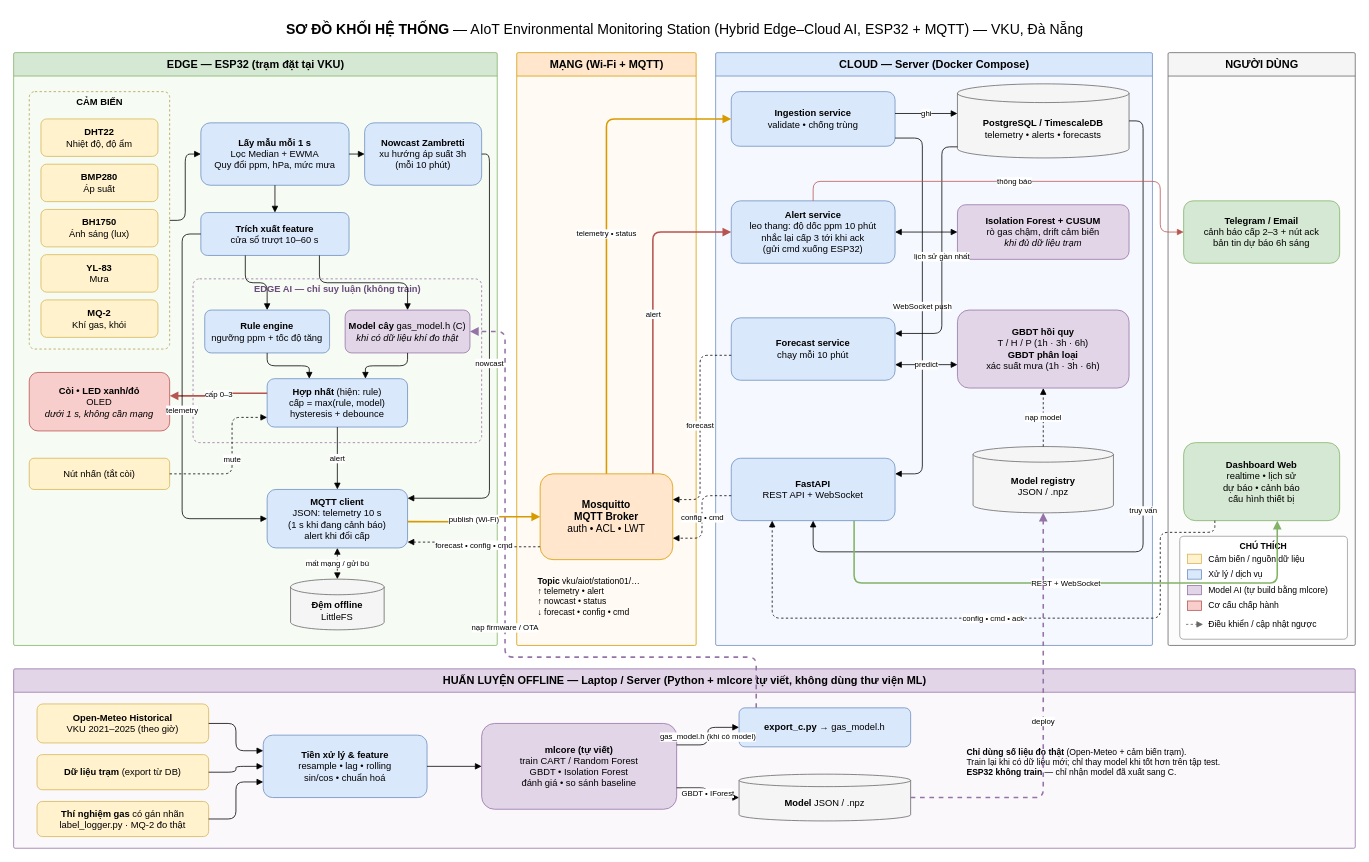
The draw.io diagram docs/architecture/system_block_diagram.drawio in danhle396/pythonnhung, before the edit. Source tidied: cells renumbered, new cells numbered last; positions are measured from the earlier drawing's top-left corner, leaving out a move shared by most shapes. Both pictures are drawn from the tidied source at 78%, with x=0, y=0 at pixel (13, 13).
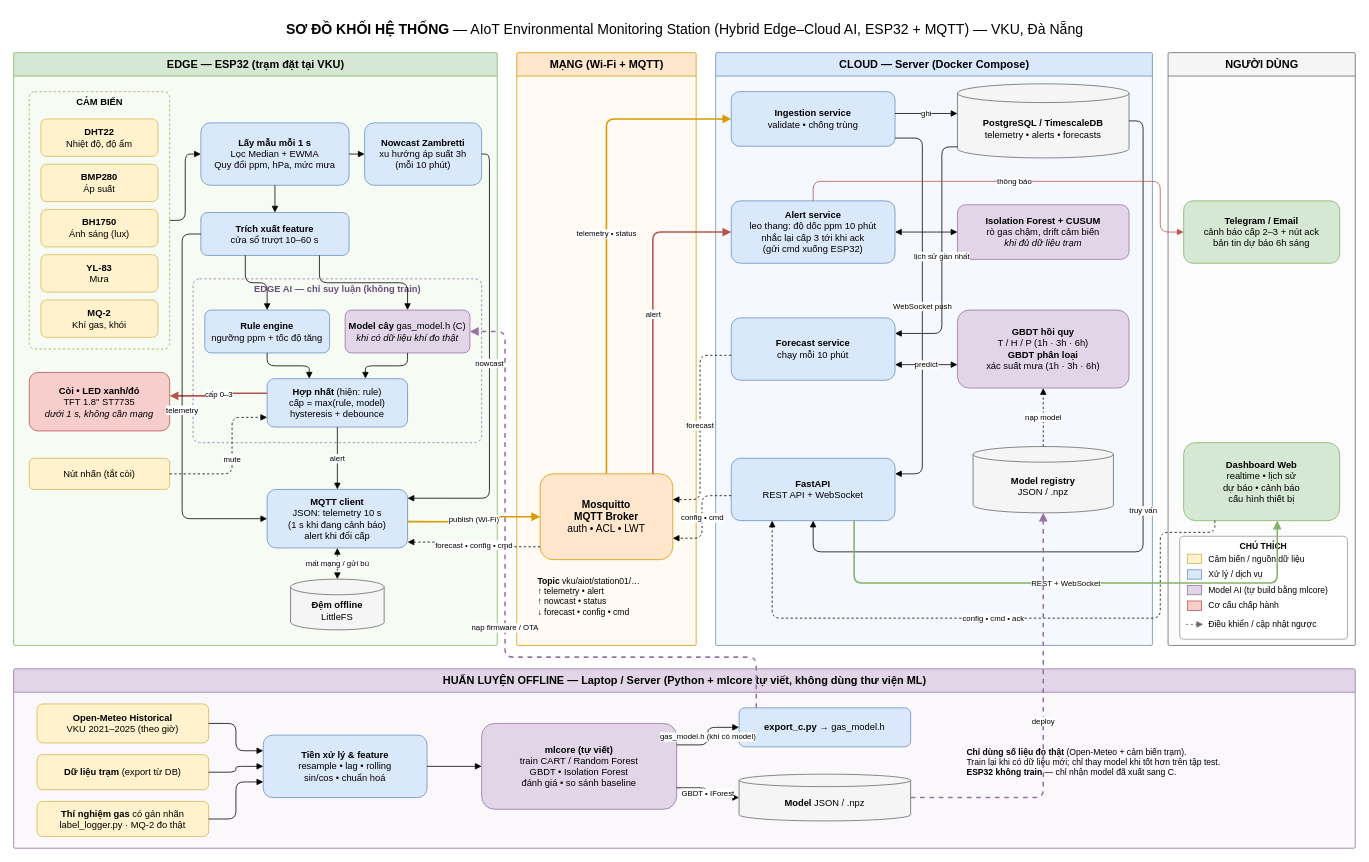
After the change.

What changed in the source:
```diff
@@
-    <mxCell id="21" value="&lt;b&gt;Còi • LED xanh/đỏ&lt;/b&gt;&lt;br&gt;OLED&lt;br&gt;&lt;i&gt;dưới 1 s, không cần mạng&lt;/i&gt;" style="rounded=1;whiteSpace=wrap;html=1;fillColor=#f8cecc;strokeColor=#b85450;" parent="1" vertex="1">
+    <mxCell id="21" value="&lt;b&gt;Còi • LED xanh/đỏ&lt;/b&gt;&lt;br&gt;TFT 1.8&amp;quot; ST7735&lt;br&gt;&lt;i&gt;dưới 1 s, không cần mạng&lt;/i&gt;" style="rounded=1;whiteSpace=wrap;html=1;fillColor=#f8cecc;strokeColor=#b85450;" parent="1" vertex="1">
       <mxGeometry x="20" y="460" width="180" height="75" as="geometry" />
     </mxCell>
```
